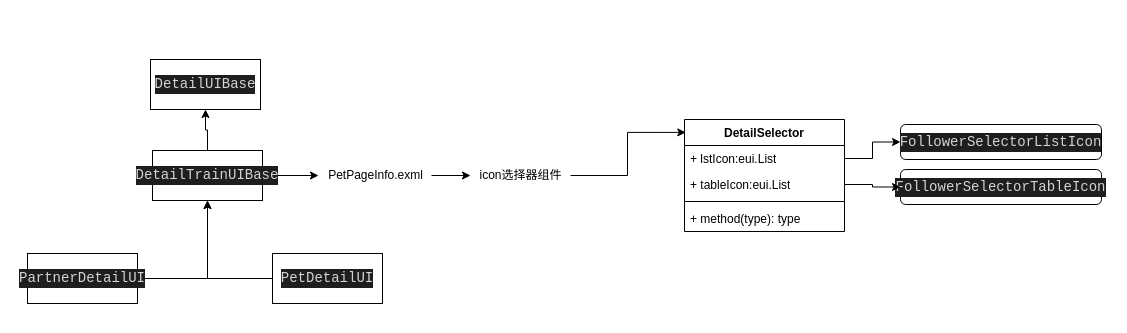
Earlier version of the draw.io diagram page "伙伴&守护" (4 of 4) of G123/G123.drawio (breezerzxq/Diagram). Source tidied: cells renumbered, new cells numbered last; positions are measured from the earlier drawing's top-left corner, leaving out a move shared by most shapes. Both pictures are drawn from the tidied source at 100%, with x=0, y=0 at pixel (27, 59).
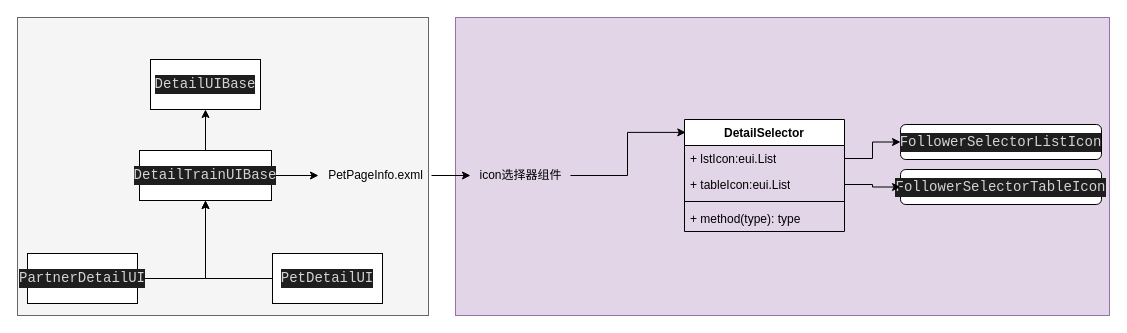
The same diagram, later.

Change to the diagram source:
```diff
@@
+    <mxCell id="23" style="rounded=0;whiteSpace=wrap;html=1;fillColor=#e1d5e7;strokeColor=#9673a6;" parent="1" vertex="1">
+      <mxGeometry x="428" y="-42" width="654" height="298" as="geometry" />
+    </mxCell>
+    <mxCell id="24" style="rounded=0;whiteSpace=wrap;html=1;fillColor=#f5f5f5;fontColor=#333333;strokeColor=#666666;" parent="1" vertex="1">
+      <mxGeometry x="-10" y="-42" width="411" height="298" as="geometry" />
+    </mxCell>
@@
     <mxCell id="5" value="&lt;div style=&quot;color: rgb(212, 212, 212); background-color: rgb(30, 30, 30); font-family: Consolas, &amp;quot;Courier New&amp;quot;, monospace; font-size: 14px; line-height: 19px;&quot;&gt;DetailTrainUIBase&lt;/div&gt;" style="html=1;whiteSpace=wrap;" parent="1" vertex="1">
-      <mxGeometry x="125" y="91" width="110" height="50" as="geometry" />
+      <mxGeometry x="112" y="91" width="132" height="50" as="geometry" />
     </mxCell>
```
